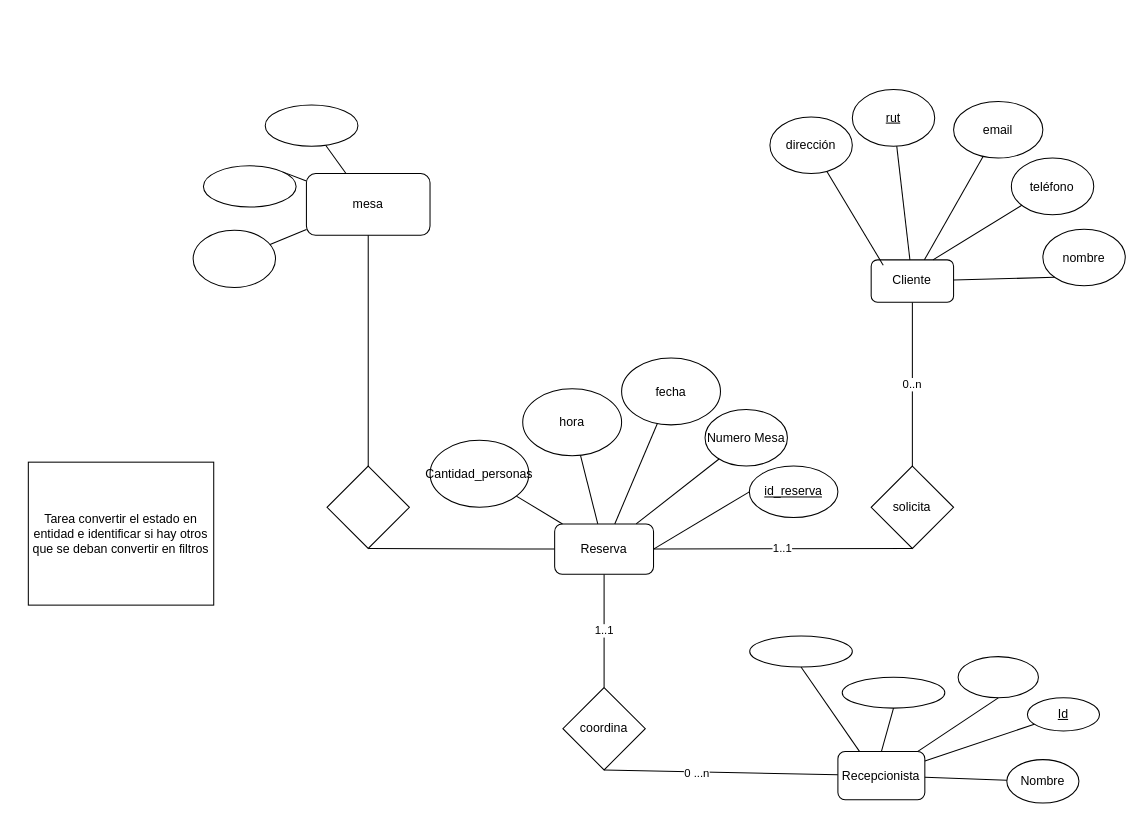
The draw.io diagram TallerMecanicoJunit/Copy of evidenciaDia2.drawio in RafaUribeG/WorkgroupAndroid, before the edit. Source tidied: cells renumbered, new cells numbered last; positions are measured from the earlier drawing's top-left corner, leaving out a move shared by most shapes. Both pictures are drawn from the tidied source at 103%, with x=0, y=0 at pixel (28, 89).
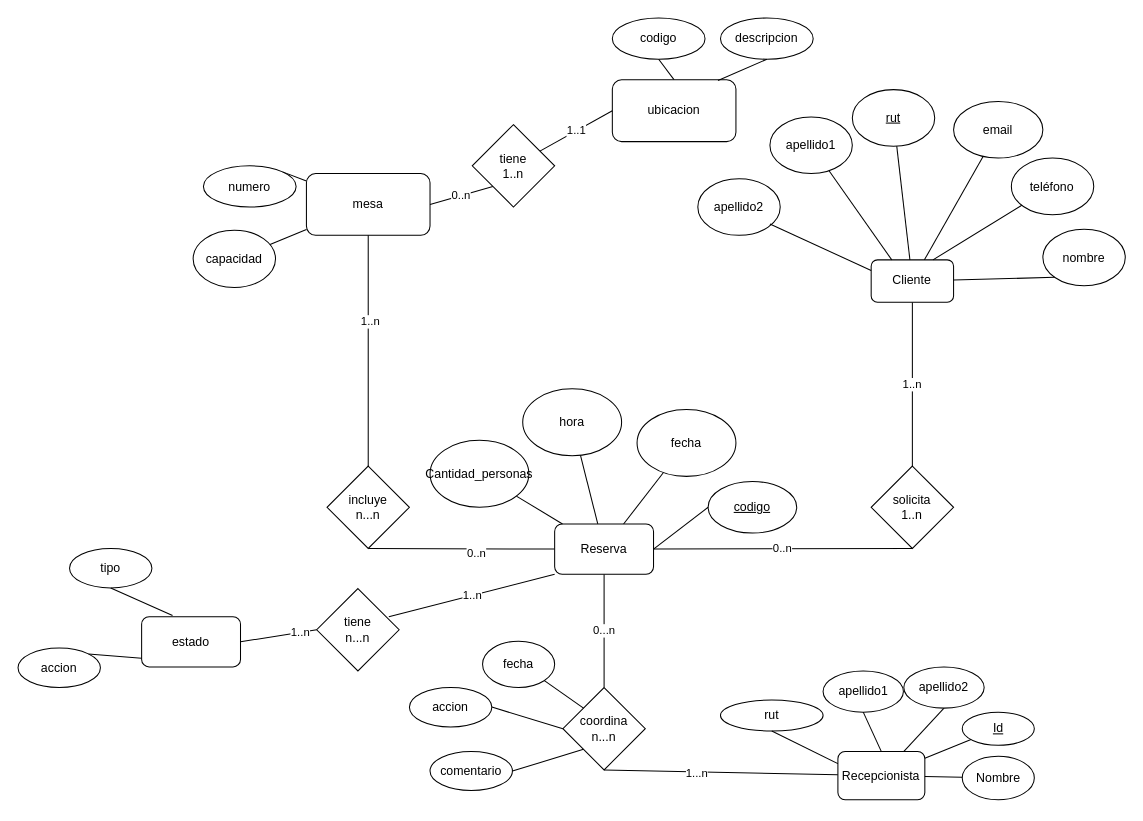
The same page after the edit.

The change refers to these unchanged cells:
```xml
<mxCell id="4" style="endArrow=none;html=1;rounded=0;entryX=0.5;entryY=1;entryDx=0;entryDy=0;" parent="1" edge="1" source="30" target="2">
  <mxGeometry relative="1" as="geometry" />
</mxCell>
<mxCell id="9" value="Cliente" style="rounded=1;whiteSpace=wrap;html=1;" parent="1" vertex="1">
  <mxGeometry x="818.3" y="165.8" width="80" height="41.2" as="geometry" />
</mxCell>
<mxCell id="22" value="mesa" style="rounded=1;whiteSpace=wrap;html=1;" parent="1" vertex="1">
  <mxGeometry x="270" y="82" width="120" height="60" as="geometry" />
</mxCell>
<mxCell id="30" value="Recepcionista" style="rounded=1;whiteSpace=wrap;html=1;" parent="1" vertex="1">
  <mxGeometry x="786" y="643.2" width="84.4" height="46.7" as="geometry" />
</mxCell>
<mxCell id="35" style="endArrow=none;html=1;rounded=0;entryX=0.5;entryY=1;entryDx=0;entryDy=0;exitX=0;exitY=0.5;exitDx=0;exitDy=0;" parent="1" edge="1" source="37" target="34">
  <mxGeometry relative="1" as="geometry" />
</mxCell>
<mxCell id="36" style="endArrow=none;html=1;rounded=0;exitX=0.5;exitY=0;exitDx=0;exitDy=0;" parent="1" edge="1" source="34" target="22">
  <mxGeometry relative="1" as="geometry" />
</mxCell>
<mxCell id="37" value="Reserva" style="rounded=1;whiteSpace=wrap;html=1;" parent="1" vertex="1">
  <mxGeometry x="511" y="422.2" width="96" height="48.8" as="geometry" />
</mxCell>
```

What changed in the source:
```diff
@@
-    <mxCell id="2" value="coordina" style="rhombus;whiteSpace=wrap;html=1;" parent="1" vertex="1">
+    <mxCell id="2" value="coordina&lt;br&gt;n...n" style="rhombus;whiteSpace=wrap;html=1;" parent="1" vertex="1">
       <mxGeometry x="519" y="581" width="80" height="80" as="geometry" />
     </mxCell>
-    <mxCell id="3" value="solicita" style="rhombus;whiteSpace=wrap;html=1;" parent="1" vertex="1">
+    <mxCell id="3" value="solicita&lt;br&gt;1..n" style="rhombus;whiteSpace=wrap;html=1;" parent="1" vertex="1">
       <mxGeometry x="818.3" y="366" width="80" height="80" as="geometry" />
     </mxCell>
@@
-    <mxCell id="5" value="0 ...n" style="edgeLabel;html=1;align=center;verticalAlign=middle;" parent="4" vertex="1">
+    <mxCell id="5" value="1...n" style="edgeLabel;html=1;align=center;verticalAlign=middle;" parent="4" vertex="1">
       <mxGeometry x="0.22" y="1" relative="1" as="geometry" />
     </mxCell>
-    <mxCell id="6" value="1..1" style="endArrow=none;html=1;rounded=0;entryX=0.5;entryY=0;entryDx=0;entryDy=0;exitX=0.5;exitY=1;exitDx=0;exitDy=0;" parent="1" edge="1" source="37" target="2">
+    <mxCell id="6" value="0...n" style="endArrow=none;html=1;rounded=0;entryX=0.5;entryY=0;entryDx=0;entryDy=0;exitX=0.5;exitY=1;exitDx=0;exitDy=0;" parent="1" edge="1" source="37" target="2">
       <mxGeometry relative="1" as="geometry" />
     </mxCell>
-    <mxCell id="7" value="1..1" style="endArrow=none;html=1;rounded=0;entryX=1;entryY=0.5;entryDx=0;entryDy=0;exitX=0.5;exitY=1;exitDx=0;exitDy=0;" parent="1" edge="1" source="3" target="37">
+    <mxCell id="7" value="0..n" style="endArrow=none;html=1;rounded=0;entryX=1;entryY=0.5;entryDx=0;entryDy=0;exitX=0.5;exitY=1;exitDx=0;exitDy=0;" parent="1" edge="1" source="3" target="37">
       <mxGeometry relative="1" as="geometry" />
     </mxCell>
-    <mxCell id="8" value="0..n" style="endArrow=none;html=1;rounded=0;entryX=0.5;entryY=0;entryDx=0;entryDy=0;exitX=0.5;exitY=1;exitDx=0;exitDy=0;" parent="1" edge="1" source="9" target="3">
+    <mxCell id="8" value="1..n" style="endArrow=none;html=1;rounded=0;entryX=0.5;entryY=0;entryDx=0;entryDy=0;exitX=0.5;exitY=1;exitDx=0;exitDy=0;" parent="1" edge="1" source="9" target="3">
       <mxGeometry relative="1" as="geometry" />
     </mxCell>
@@
-    <mxCell id="12" value="dirección" style="ellipse;whiteSpace=wrap;html=1;" parent="1" vertex="1">
+    <mxCell id="12" value="apellido1" style="ellipse;whiteSpace=wrap;html=1;" parent="1" vertex="1">
       <mxGeometry x="720" y="27" width="80" height="55" as="geometry" />
     </mxCell>
@@
-    <mxCell id="16" value="&lt;u&gt;id_reserva&lt;/u&gt;" style="ellipse;whiteSpace=wrap;html=1;" parent="1" vertex="1">
-      <mxGeometry x="700" y="366" width="86" height="50" as="geometry" />
+    <mxCell id="16" value="&lt;u&gt;codigo&lt;/u&gt;" style="ellipse;whiteSpace=wrap;html=1;" parent="1" vertex="1">
+      <mxGeometry x="660" y="381" width="86" height="50" as="geometry" />
     </mxCell>
@@
-    <mxCell id="19" style="endArrow=none;html=1;rounded=0;" parent="1" edge="1" source="12">
-      <mxGeometry relative="1" as="geometry">
-        <mxPoint x="830" y="171" as="targetPoint" />
-      </mxGeometry>
+    <mxCell id="19" style="endArrow=none;html=1;rounded=0;entryX=0.25;entryY=0;entryDx=0;entryDy=0;" parent="1" edge="1" source="12" target="9">
+      <mxGeometry relative="1" as="geometry" />
     </mxCell>
@@
-    <mxCell id="23" style="ellipse;whiteSpace=wrap;html=1;" parent="1" vertex="1">
-      <mxGeometry x="230" y="15.5" width="90" height="40" as="geometry" />
+    <mxCell id="23" value="codigo" style="ellipse;whiteSpace=wrap;html=1;" parent="1" vertex="1">
+      <mxGeometry x="567" y="-69" width="90" height="40" as="geometry" />
     </mxCell>
-    <mxCell id="24" style="ellipse;whiteSpace=wrap;html=1;" parent="1" vertex="1">
+    <mxCell id="24" value="numero" style="ellipse;whiteSpace=wrap;html=1;" parent="1" vertex="1">
       <mxGeometry x="170" y="74.5" width="90" height="40" as="geometry" />
     </mxCell>
-    <mxCell id="25" style="ellipse;whiteSpace=wrap;html=1;" parent="1" vertex="1">
+    <mxCell id="25" value="capacidad" style="ellipse;whiteSpace=wrap;html=1;" parent="1" vertex="1">
       <mxGeometry x="160" y="137" width="80" height="55.6" as="geometry" />
     </mxCell>
-    <mxCell id="26" style="endArrow=none;html=1;rounded=0;" parent="1" edge="1" source="23" target="22">
+    <mxCell id="26" style="endArrow=none;html=1;rounded=0;entryX=0.5;entryY=0;entryDx=0;entryDy=0;exitX=0.5;exitY=1;exitDx=0;exitDy=0;" parent="1" edge="1" source="23" target="62">
       <mxGeometry relative="1" as="geometry" />
     </mxCell>
@@
     <mxCell id="29" value="Nombre" style="ellipse;whiteSpace=wrap;html=1;" parent="1" vertex="1">
-      <mxGeometry x="950" y="651" width="70" height="42.2" as="geometry" />
+      <mxGeometry x="906.7" y="647.7" width="70" height="42.2" as="geometry" />
     </mxCell>
@@
     <mxCell id="31" value="&lt;u&gt;Id&lt;/u&gt;" style="ellipse;whiteSpace=wrap;html=1;" parent="1" vertex="1">
-      <mxGeometry x="970" y="591" width="70" height="32.2" as="geometry" />
+      <mxGeometry x="906.7" y="604.9" width="70" height="32.2" as="geometry" />
     </mxCell>
@@
-    <mxCell id="34" style="rhombus;whiteSpace=wrap;html=1;" parent="1" vertex="1">
+    <mxCell id="34" value="incluye&lt;br&gt;n...n" style="rhombus;whiteSpace=wrap;html=1;" parent="1" vertex="1">
       <mxGeometry x="290" y="366" width="80" height="80" as="geometry" />
     </mxCell>
@@
+    <mxCell id="53" value="0..n" style="edgeLabel;html=1;align=center;verticalAlign=middle;" parent="35" vertex="1">
+      <mxGeometry x="-0.16" y="4" relative="1" as="geometry" />
+    </mxCell>
@@
+    <mxCell id="54" value="1..n" style="edgeLabel;html=1;align=center;verticalAlign=middle;" parent="36" vertex="1">
+      <mxGeometry x="0.26" y="-1" relative="1" as="geometry" />
+    </mxCell>
@@
     <mxCell id="39" value="fecha" style="ellipse;whiteSpace=wrap;html=1;" parent="1" vertex="1">
-      <mxGeometry x="576" y="261" width="96" height="65" as="geometry" />
+      <mxGeometry x="591" y="311" width="96" height="65" as="geometry" />
     </mxCell>
@@
-    <mxCell id="41" value="Numero Mesa" style="ellipse;whiteSpace=wrap;html=1;" parent="1" vertex="1">
-      <mxGeometry x="657" y="311" width="80" height="55" as="geometry" />
-    </mxCell>
-    <mxCell id="42" style="endArrow=none;html=1;rounded=0;" parent="1" edge="1" source="37" target="41">
-      <mxGeometry relative="1" as="geometry" />
-    </mxCell>
@@
-    <mxCell id="46" style="ellipse;whiteSpace=wrap;html=1;" parent="1" vertex="1">
-      <mxGeometry x="902.7" y="551" width="78" height="40" as="geometry" />
+    <mxCell id="46" value="apellido1" style="ellipse;whiteSpace=wrap;html=1;" parent="1" vertex="1">
+      <mxGeometry x="771.6" y="564.9" width="78" height="40" as="geometry" />
     </mxCell>
-    <mxCell id="47" style="ellipse;whiteSpace=wrap;html=1;" parent="1" vertex="1">
-      <mxGeometry x="790.2" y="571" width="99.6" height="30" as="geometry" />
-    </mxCell>
-    <mxCell id="48" style="endArrow=none;html=1;rounded=0;entryX=0.5;entryY=1;entryDx=0;entryDy=0;" parent="1" edge="1" source="30" target="46">
+    <mxCell id="48" style="endArrow=none;html=1;rounded=0;entryX=0.5;entryY=1;entryDx=0;entryDy=0;" parent="1" edge="1" source="30" target="55">
       <mxGeometry relative="1" as="geometry" />
     </mxCell>
-    <mxCell id="49" style="endArrow=none;html=1;rounded=0;entryX=0.5;entryY=1;entryDx=0;entryDy=0;exitX=0.5;exitY=0;exitDx=0;exitDy=0;" parent="1" edge="1" source="30" target="47">
+    <mxCell id="49" style="endArrow=none;html=1;rounded=0;entryX=0.5;entryY=1;entryDx=0;entryDy=0;exitX=0.5;exitY=0;exitDx=0;exitDy=0;" parent="1" edge="1" source="30" target="46">
       <mxGeometry relative="1" as="geometry" />
     </mxCell>
-    <mxCell id="50" style="ellipse;whiteSpace=wrap;html=1;" parent="1" vertex="1">
-      <mxGeometry x="700.4" y="531" width="99.6" height="30" as="geometry" />
+    <mxCell id="50" value="rut" style="ellipse;whiteSpace=wrap;html=1;" parent="1" vertex="1">
+      <mxGeometry x="672" y="593.2" width="99.6" height="30" as="geometry" />
     </mxCell>
-    <mxCell id="51" style="endArrow=none;html=1;rounded=0;exitX=0.5;exitY=1;exitDx=0;exitDy=0;entryX=0.25;entryY=0;entryDx=0;entryDy=0;" parent="1" edge="1" source="50" target="30">
+    <mxCell id="51" style="endArrow=none;html=1;rounded=0;exitX=0.5;exitY=1;exitDx=0;exitDy=0;entryX=0;entryY=0.25;entryDx=0;entryDy=0;" parent="1" edge="1" source="50" target="30">
       <mxGeometry relative="1" as="geometry" />
     </mxCell>
-    <mxCell id="52" value="Tarea convertir el estado en entidad e identificar si hay otros que se deban convertir en filtros" style="rounded=0;whiteSpace=wrap;html=1;" parent="1" vertex="1">
-      <mxGeometry y="362.2" width="180" height="138.8" as="geometry" />
-    </mxCell>
+    <mxCell id="55" value="apellido2" style="ellipse;whiteSpace=wrap;html=1;" parent="1" vertex="1">
+      <mxGeometry x="850" y="561" width="78" height="40" as="geometry" />
+    </mxCell>
+    <mxCell id="56" value="fecha" style="ellipse;whiteSpace=wrap;html=1;" parent="1" vertex="1">
+      <mxGeometry x="441" y="536" width="70" height="45" as="geometry" />
+    </mxCell>
+    <mxCell id="57" value="accion" style="ellipse;whiteSpace=wrap;html=1;" parent="1" vertex="1">
+      <mxGeometry x="370" y="581" width="80" height="38.3" as="geometry" />
+    </mxCell>
+    <mxCell id="58" value="comentario" style="ellipse;whiteSpace=wrap;html=1;" parent="1" vertex="1">
+      <mxGeometry x="390" y="643.2" width="80" height="37.8" as="geometry" />
+    </mxCell>
+    <mxCell id="59" style="endArrow=none;html=1;rounded=0;entryX=1;entryY=1;entryDx=0;entryDy=0;exitX=0;exitY=0;exitDx=0;exitDy=0;" parent="1" edge="1" source="2" target="56">
+      <mxGeometry relative="1" as="geometry" />
+    </mxCell>
+    <mxCell id="60" style="endArrow=none;html=1;rounded=0;exitX=0;exitY=0.5;exitDx=0;exitDy=0;" parent="1" edge="1" source="2">
+      <mxGeometry relative="1" as="geometry">
+        <mxPoint x="450" y="600" as="targetPoint" />
+      </mxGeometry>
+    </mxCell>
+    <mxCell id="61" style="endArrow=none;html=1;rounded=0;entryX=1;entryY=0.5;entryDx=0;entryDy=0;exitX=0;exitY=1;exitDx=0;exitDy=0;" parent="1" edge="1" source="2" target="58">
+      <mxGeometry relative="1" as="geometry" />
+    </mxCell>
+    <mxCell id="62" value="ubicacion" style="rounded=1;whiteSpace=wrap;html=1;" parent="1" vertex="1">
+      <mxGeometry x="567" y="-9" width="120" height="60" as="geometry" />
+    </mxCell>
+    <mxCell id="63" value="tiene&lt;br&gt;1..n" style="rhombus;whiteSpace=wrap;html=1;" parent="1" vertex="1">
+      <mxGeometry x="431" y="34.5" width="80" height="80" as="geometry" />
+    </mxCell>
+    <mxCell id="64" value="descripcion" style="ellipse;whiteSpace=wrap;html=1;" parent="1" vertex="1">
+      <mxGeometry x="672" y="-69" width="90" height="40" as="geometry" />
+    </mxCell>
+    <mxCell id="65" style="endArrow=none;html=1;rounded=0;entryX=0.855;entryY=0.01;entryDx=0;entryDy=0;exitX=0.5;exitY=1;exitDx=0;exitDy=0;entryPerimeter=0;" parent="1" edge="1" source="64" target="62">
+      <mxGeometry relative="1" as="geometry" />
+    </mxCell>
+    <mxCell id="66" value="1..1" style="endArrow=none;html=1;rounded=0;exitX=0;exitY=0.5;exitDx=0;exitDy=0;" parent="1" edge="1" source="62" target="63">
+      <mxGeometry relative="1" as="geometry" />
+    </mxCell>
+    <mxCell id="67" value="0..n" style="endArrow=none;html=1;rounded=0;exitX=0;exitY=1;exitDx=0;exitDy=0;entryX=1;entryY=0.5;entryDx=0;entryDy=0;" parent="1" edge="1" source="63" target="22">
+      <mxGeometry relative="1" as="geometry" />
+    </mxCell>
+    <mxCell id="68" value="apellido2" style="ellipse;whiteSpace=wrap;html=1;" parent="1" vertex="1">
+      <mxGeometry x="650" y="87" width="80" height="55" as="geometry" />
+    </mxCell>
+    <mxCell id="69" style="endArrow=none;html=1;rounded=0;entryX=0;entryY=0.25;entryDx=0;entryDy=0;" parent="1" edge="1" target="9">
+      <mxGeometry relative="1" as="geometry">
+        <mxPoint x="720" y="131" as="sourcePoint" />
+      </mxGeometry>
+    </mxCell>
+    <mxCell id="70" value="estado" style="rounded=1;whiteSpace=wrap;html=1;" parent="1" vertex="1">
+      <mxGeometry x="110" y="512.2" width="96" height="48.8" as="geometry" />
+    </mxCell>
+    <mxCell id="71" value="tiene&lt;br&gt;n...n" style="rhombus;whiteSpace=wrap;html=1;" parent="1" vertex="1">
+      <mxGeometry x="280" y="484.9" width="80" height="80" as="geometry" />
+    </mxCell>
+    <mxCell id="72" value="1..n" style="endArrow=none;html=1;rounded=0;entryX=1;entryY=0.5;entryDx=0;entryDy=0;exitX=0;exitY=1;exitDx=0;exitDy=0;" parent="1" edge="1" source="37">
+      <mxGeometry relative="1" as="geometry">
+        <mxPoint x="350" y="512.3" as="targetPoint" />
+      </mxGeometry>
+    </mxCell>
+    <mxCell id="73" style="endArrow=none;html=1;rounded=0;entryX=1;entryY=0.5;entryDx=0;entryDy=0;exitX=0;exitY=0.5;exitDx=0;exitDy=0;" parent="1" edge="1" source="71" target="70">
+      <mxGeometry relative="1" as="geometry" />
+    </mxCell>
+    <mxCell id="74" value="1..n" style="edgeLabel;html=1;align=center;verticalAlign=middle;" parent="73" vertex="1">
+      <mxGeometry x="-0.52" y="-1" relative="1" as="geometry">
+        <mxPoint x="1" as="offset" />
+      </mxGeometry>
+    </mxCell>
+    <mxCell id="75" value="tipo" style="ellipse;whiteSpace=wrap;html=1;" parent="1" vertex="1">
+      <mxGeometry x="40" y="446" width="80" height="38.3" as="geometry" />
+    </mxCell>
+    <mxCell id="76" value="accion" style="ellipse;whiteSpace=wrap;html=1;" parent="1" vertex="1">
+      <mxGeometry x="-10" y="542.7" width="80" height="38.3" as="geometry" />
+    </mxCell>
+    <mxCell id="77" style="endArrow=none;html=1;rounded=0;entryX=0.5;entryY=1;entryDx=0;entryDy=0;" parent="1" edge="1" target="75">
+      <mxGeometry relative="1" as="geometry">
+        <mxPoint x="140" y="511" as="sourcePoint" />
+      </mxGeometry>
+    </mxCell>
+    <mxCell id="78" style="endArrow=none;html=1;rounded=0;entryX=1;entryY=0;entryDx=0;entryDy=0;exitX=0;exitY=0.5;exitDx=0;exitDy=0;" parent="1" edge="1" target="76">
+      <mxGeometry relative="1" as="geometry">
+        <mxPoint x="110" y="552.6" as="sourcePoint" />
+      </mxGeometry>
+    </mxCell>
```
